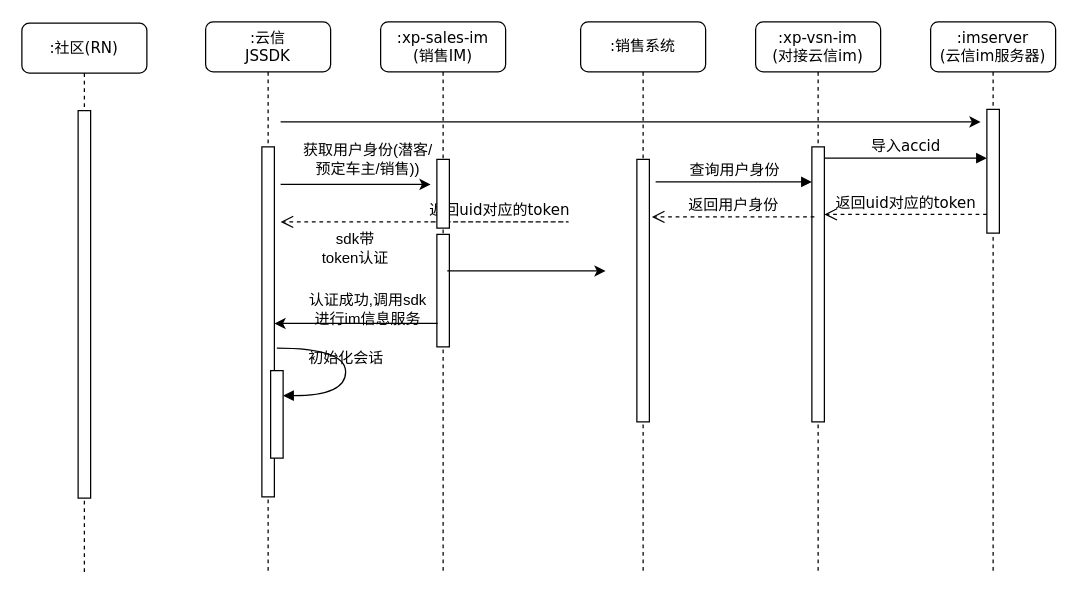
Above: arch/sns/im-entry.drawio in zhangchuhu/drawio (draw.io), before the change. Source tidied: cells renumbered, new cells numbered last; positions are measured from the earlier drawing's top-left corner, leaving out a move shared by most shapes. Both pictures are drawn from the tidied source at 125%, with x=0, y=0 at pixel (21, 21).
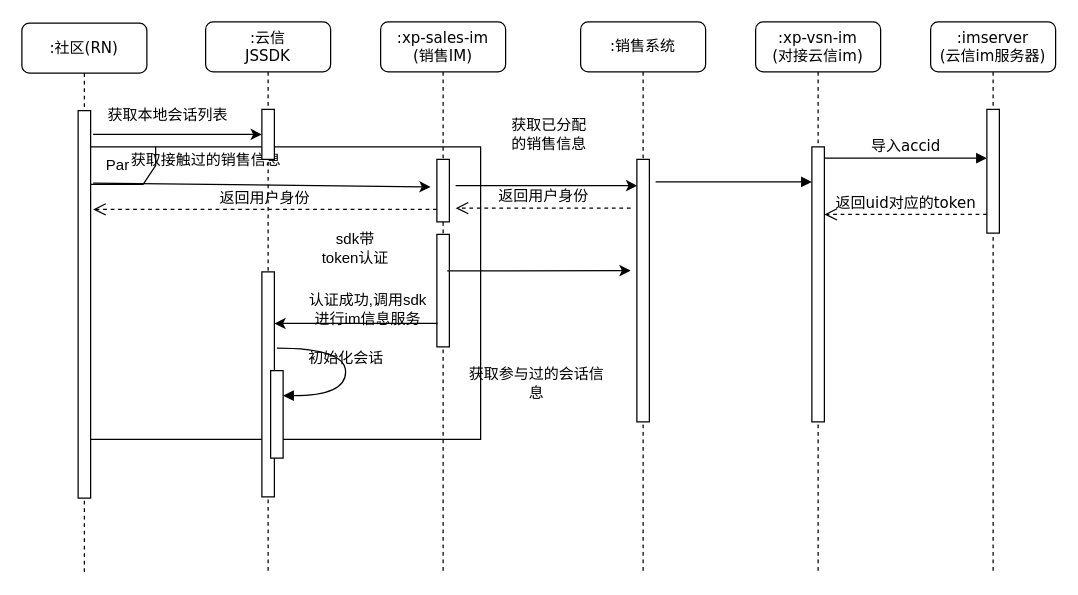
After the change.

Unchanged cells that the change refers to:
```xml
<mxCell id="2" value=":xp-sales-im&lt;br&gt;(销售IM)" style="shape=umlLifeline;perimeter=lifelinePerimeter;whiteSpace=wrap;html=1;rounded=1;shadow=0;comic=0;labelBackgroundColor=none;strokeWidth=1;fontFamily=Verdana;fontSize=12;align=center;" parent="1" vertex="1">
  <mxGeometry x="287" width="100" height="440" as="geometry" />
</mxCell>
<mxCell id="8" value=":云信&lt;br&gt;JSSDK" style="shape=umlLifeline;perimeter=lifelinePerimeter;whiteSpace=wrap;html=1;rounded=1;shadow=0;comic=0;labelBackgroundColor=none;strokeWidth=1;fontFamily=Verdana;fontSize=12;align=center;" parent="1" vertex="1">
  <mxGeometry x="147" width="100" height="440" as="geometry" />
</mxCell>
```

The edit, as a diff of the source:
```diff
@@
+    <mxCell id="29" value="Par" style="shape=umlFrame;whiteSpace=wrap;html=1;" parent="1" vertex="1">
+      <mxGeometry x="47" y="100" width="320" height="234" as="geometry" />
+    </mxCell>
@@
+    <mxCell id="30" style="html=1;perimeter=orthogonalPerimeter;rounded=0;shadow=0;comic=0;labelBackgroundColor=none;strokeWidth=1;fontFamily=Verdana;fontSize=12;align=center;" parent="2" vertex="1">
+      <mxGeometry x="45" y="110" width="10" height="50" as="geometry" />
+    </mxCell>
@@
     <mxCell id="9" style="html=1;points=[];perimeter=orthogonalPerimeter;rounded=0;shadow=0;comic=0;labelBackgroundColor=none;strokeWidth=1;fontFamily=Verdana;fontSize=12;align=center;" parent="8" vertex="1">
-      <mxGeometry x="45" y="100" width="10" height="280" as="geometry" />
+      <mxGeometry x="45" y="200" width="10" height="180" as="geometry" />
     </mxCell>
@@
-    <mxCell id="13" value="查询用户身份" style="html=1;verticalAlign=bottom;endArrow=block;labelBackgroundColor=none;fontFamily=Verdana;fontSize=12;edgeStyle=elbowEdgeStyle;elbow=vertical;" parent="1" edge="1">
-      <mxGeometry relative="1" as="geometry">
+    <mxCell id="13" value="获取接触过的销售信息" style="html=1;verticalAlign=bottom;endArrow=block;labelBackgroundColor=none;fontFamily=Verdana;fontSize=12;edgeStyle=elbowEdgeStyle;elbow=vertical;" parent="1" edge="1">
+      <mxGeometry y="423" relative="1" as="geometry">
         <mxPoint x="507" y="128" as="sourcePoint" />
         <mxPoint x="632" y="128" as="targetPoint" />
+        <mxPoint x="-423" y="415" as="offset" />
       </mxGeometry>
     </mxCell>
@@
-    <mxCell id="15" style="endArrow=classic;html=1;" parent="1" edge="1">
-      <mxGeometry relative="1" as="geometry">
-        <mxPoint x="207" y="130" as="sourcePoint" />
-        <mxPoint x="327" y="130" as="targetPoint" />
-      </mxGeometry>
-    </mxCell>
-    <mxCell id="16" value="获取用户身份(潜客/预定车主/销售))" style="text;html=1;strokeColor=none;fillColor=none;align=center;verticalAlign=middle;whiteSpace=wrap;rounded=0;" parent="1" vertex="1">
-      <mxGeometry x="222" y="100" width="110" height="20" as="geometry" />
+    <mxCell id="16" value="获取参与过的会话信息" style="text;html=1;strokeColor=none;fillColor=none;align=center;verticalAlign=middle;whiteSpace=wrap;rounded=0;" parent="1" vertex="1">
+      <mxGeometry x="357" y="279" width="110" height="20" as="geometry" />
     </mxCell>
     <mxCell id="17" value="返回用户身份" style="html=1;verticalAlign=bottom;endArrow=open;dashed=1;endSize=8;labelBackgroundColor=none;fontFamily=Verdana;fontSize=12;edgeStyle=elbowEdgeStyle;elbow=vertical;" parent="1" edge="1">
       <mxGeometry relative="1" as="geometry">
-        <mxPoint x="634" y="156" as="sourcePoint" />
-        <mxPoint x="504" y="156" as="targetPoint" />
+        <mxPoint x="487" y="149" as="sourcePoint" />
+        <mxPoint x="347" y="149" as="targetPoint" />
         <Array as="points">
-          <mxPoint x="582" y="156" />
-          <mxPoint x="612" y="156" />
+          <mxPoint x="425" y="149" />
+          <mxPoint x="455" y="149" />
         </Array>
       </mxGeometry>
     </mxCell>
-    <mxCell id="18" value="返回uid对应的token" style="html=1;verticalAlign=bottom;endArrow=open;dashed=1;endSize=8;labelBackgroundColor=none;fontFamily=Verdana;fontSize=12;edgeStyle=elbowEdgeStyle;elbow=vertical;" parent="1" edge="1">
-      <mxGeometry relative="1" as="geometry">
-        <mxPoint x="327" y="160" as="sourcePoint" />
-        <mxPoint x="207" y="160" as="targetPoint" />
-        <Array as="points">
-          <mxPoint x="442" y="160" />
-          <mxPoint x="472" y="160" />
-        </Array>
-      </mxGeometry>
-    </mxCell>
-    <mxCell id="19" style="endArrow=classic;html=1;exitX=0.933;exitY=0.239;exitDx=0;exitDy=0;exitPerimeter=0;entryX=-0.4;entryY=0.326;entryDx=0;entryDy=0;entryPerimeter=0;" parent="1" edge="1">
+    <mxCell id="19" style="endArrow=classic;html=1;exitX=0.933;exitY=0.239;exitDx=0;exitDy=0;exitPerimeter=0;" parent="1" edge="1">
       <mxGeometry relative="1" as="geometry">
         <mxPoint x="340.3" y="199.2" as="sourcePoint" />
-        <mxPoint x="467" y="199.3" as="targetPoint" />
+        <mxPoint x="487" y="199" as="targetPoint" />
       </mxGeometry>
     </mxCell>
@@
-    <mxCell id="23" style="html=1;perimeter=orthogonalPerimeter;rounded=0;shadow=0;comic=0;labelBackgroundColor=none;strokeWidth=1;fontFamily=Verdana;fontSize=12;align=center;" parent="1" vertex="1">
-      <mxGeometry x="332" y="110" width="10" height="55" as="geometry" />
-    </mxCell>
@@
-    <mxCell id="26" style="endArrow=classic;html=1;" parent="1" edge="1">
-      <mxGeometry relative="1" as="geometry">
-        <mxPoint x="207" y="80" as="sourcePoint" />
-        <mxPoint x="767" y="80" as="targetPoint" />
-      </mxGeometry>
-    </mxCell>
@@
+    <mxCell id="31" style="endArrow=classic;html=1;" parent="1" edge="1" target="33">
+      <mxGeometry relative="1" as="geometry">
+        <mxPoint x="57" y="90" as="sourcePoint" />
+      </mxGeometry>
+    </mxCell>
+    <mxCell id="32" value="获取本地会话列表" style="text;html=1;strokeColor=none;fillColor=none;align=center;verticalAlign=middle;whiteSpace=wrap;rounded=0;" parent="1" vertex="1">
+      <mxGeometry x="67" y="70" width="100" height="10" as="geometry" />
+    </mxCell>
+    <mxCell id="33" style="html=1;points=[];perimeter=orthogonalPerimeter;rounded=0;shadow=0;comic=0;labelBackgroundColor=none;strokeWidth=1;fontFamily=Verdana;fontSize=12;align=center;" parent="1" vertex="1">
+      <mxGeometry x="192" y="70" width="10" height="40" as="geometry" />
+    </mxCell>
+    <mxCell id="34" style="endArrow=classic;html=1;" parent="1" edge="1">
+      <mxGeometry relative="1" as="geometry">
+        <mxPoint x="57" y="129" as="sourcePoint" />
+        <mxPoint x="327" y="132" as="targetPoint" />
+      </mxGeometry>
+    </mxCell>
+    <mxCell id="35" style="endArrow=classic;html=1;entryX=0.133;entryY=0.45;entryDx=0;entryDy=0;entryPerimeter=0;" parent="1" edge="1">
+      <mxGeometry relative="1" as="geometry">
+        <mxPoint x="347" y="131" as="sourcePoint" />
+        <mxPoint x="492.3" y="131" as="targetPoint" />
+      </mxGeometry>
+    </mxCell>
+    <mxCell id="36" value="返回用户身份" style="html=1;verticalAlign=bottom;endArrow=open;dashed=1;endSize=8;labelBackgroundColor=none;fontFamily=Verdana;fontSize=12;edgeStyle=elbowEdgeStyle;elbow=vertical;" parent="1" edge="1">
+      <mxGeometry relative="1" as="geometry">
+        <mxPoint x="332" y="150" as="sourcePoint" />
+        <mxPoint x="57" y="150" as="targetPoint" />
+        <Array as="points">
+          <mxPoint x="270" y="150" />
+          <mxPoint x="300" y="150" />
+        </Array>
+      </mxGeometry>
+    </mxCell>
+    <mxCell id="37" value="获取已分配的销售信息" style="text;html=1;strokeColor=none;fillColor=none;align=center;verticalAlign=middle;whiteSpace=wrap;rounded=0;" parent="1" vertex="1">
+      <mxGeometry x="387" y="80" width="70" height="20" as="geometry" />
+    </mxCell>
```
